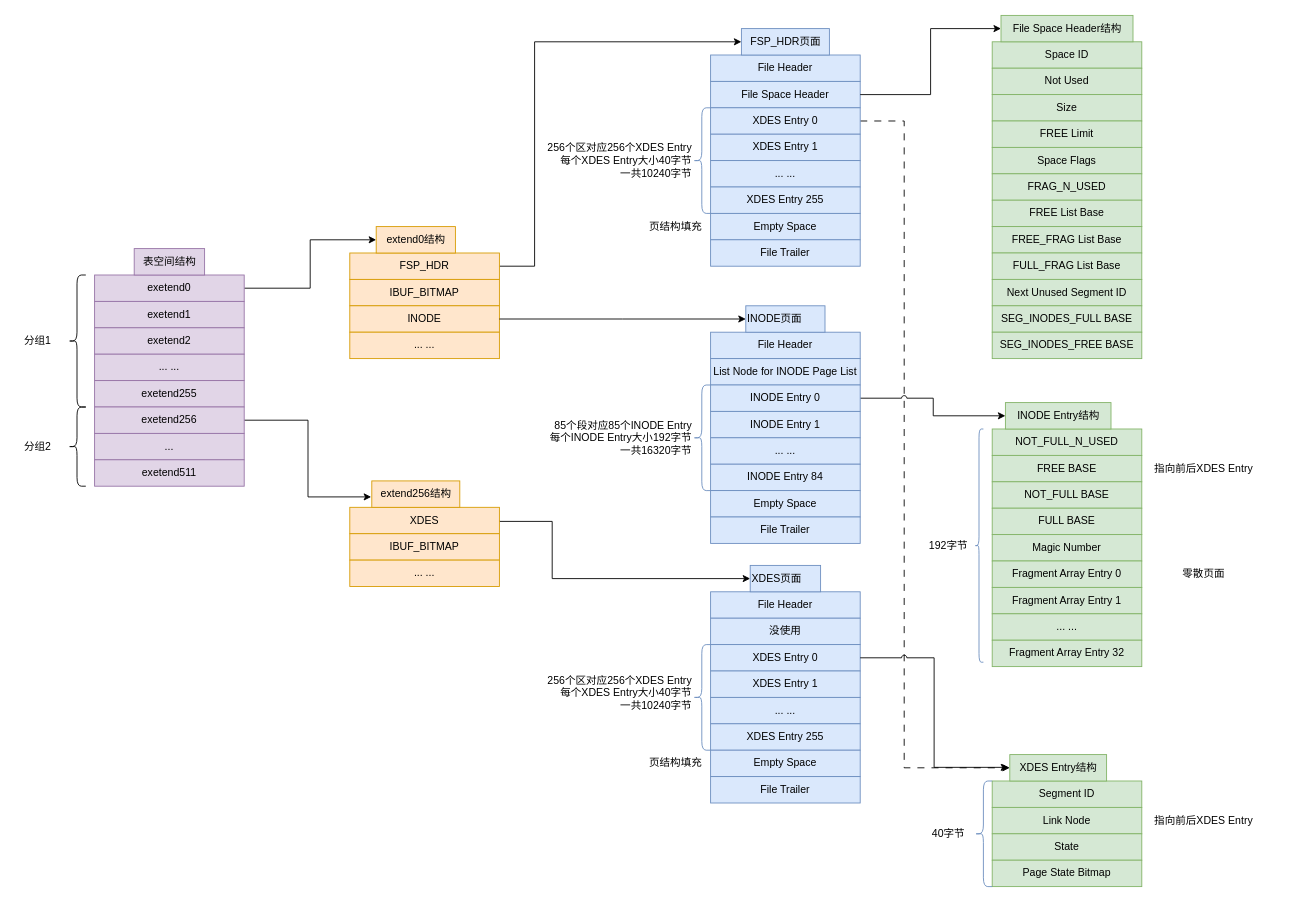
Earlier version of the draw.io diagram database/mysql是怎样运行的/9.drawio (bushishucai/drawio). Source tidied: cells renumbered, new cells numbered last; positions are measured from the earlier drawing's top-left corner, leaving out a move shared by most shapes. Both pictures are drawn from the tidied source at 88%, with x=0, y=0 at pixel (15, 15).
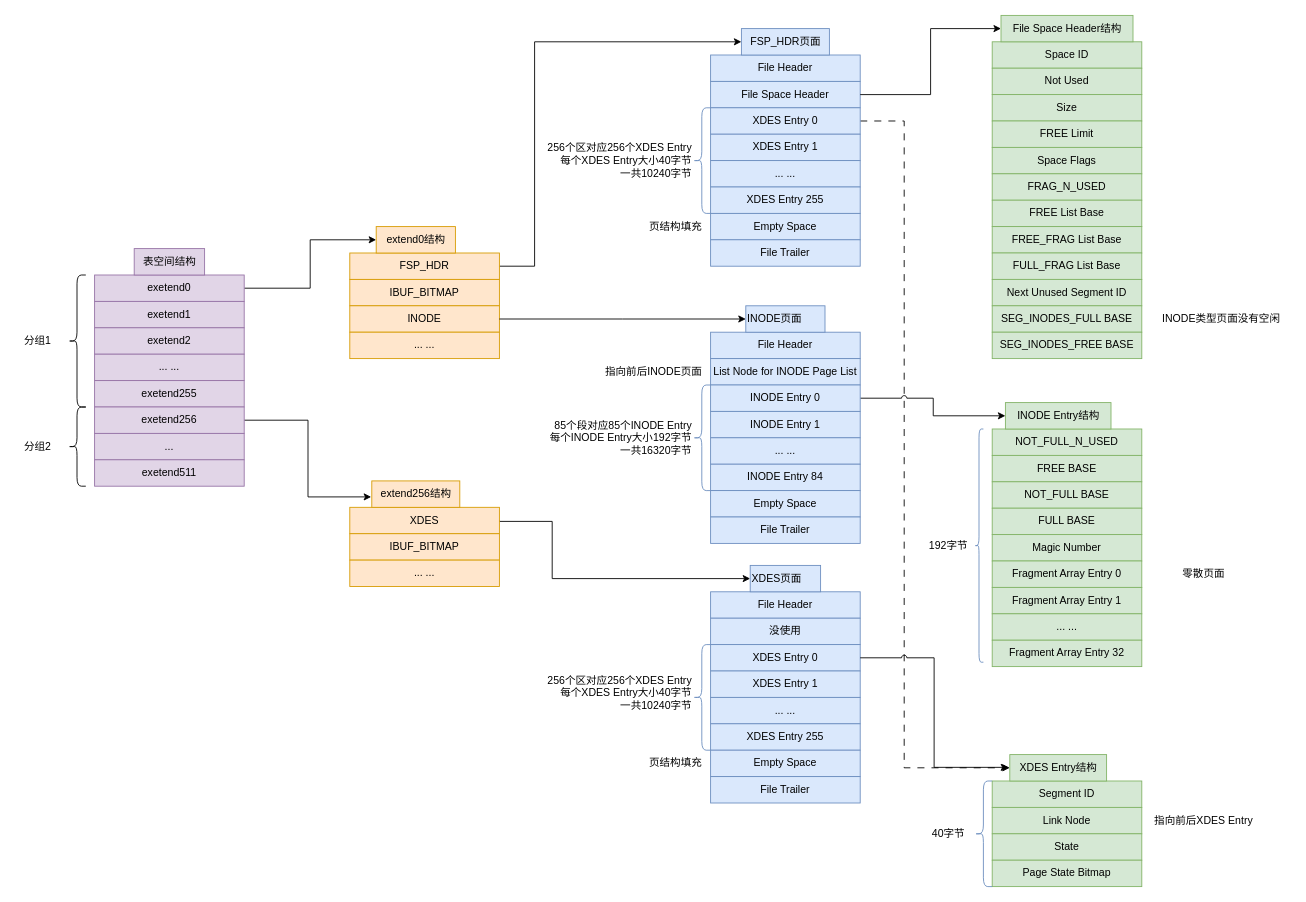
Above is the later version.

Change to the diagram source:
```diff
@@
-    <mxCell id="39" value="指向前后XDES Entry" style="text;html=1;align=center;verticalAlign=middle;strokeColor=none;fillColor=none;" parent="1" vertex="1">
-      <mxGeometry x="1280" y="500" width="140" height="30" as="geometry" />
+    <mxCell id="39" value="指向前后INODE页面" style="text;html=1;align=center;verticalAlign=middle;strokeColor=none;fillColor=none;" parent="1" vertex="1">
+      <mxGeometry x="660" y="390" width="130" height="30" as="geometry" />
     </mxCell>
@@
+    <mxCell id="103" value="INODE类型页面没有空闲" style="text;html=1;align=center;verticalAlign=middle;strokeColor=none;fillColor=none;" parent="1" vertex="1">
+      <mxGeometry x="1290" y="330" width="160" height="30" as="geometry" />
+    </mxCell>
```
